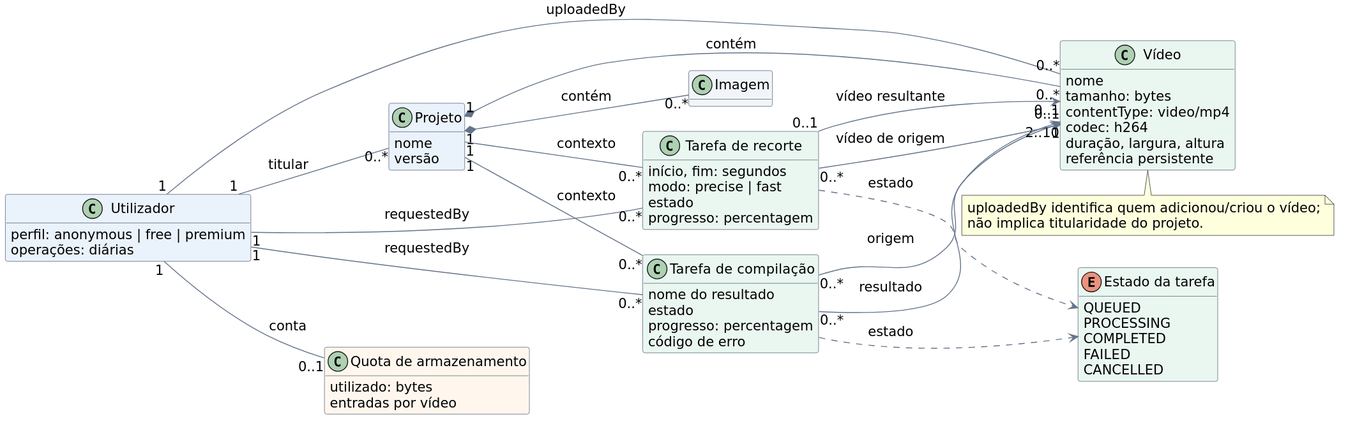
The PlantUML diagram fase1/report/images/picturas_modelo_dominio_video.svg in simaoaraujo27/picturas-27, before a commit.
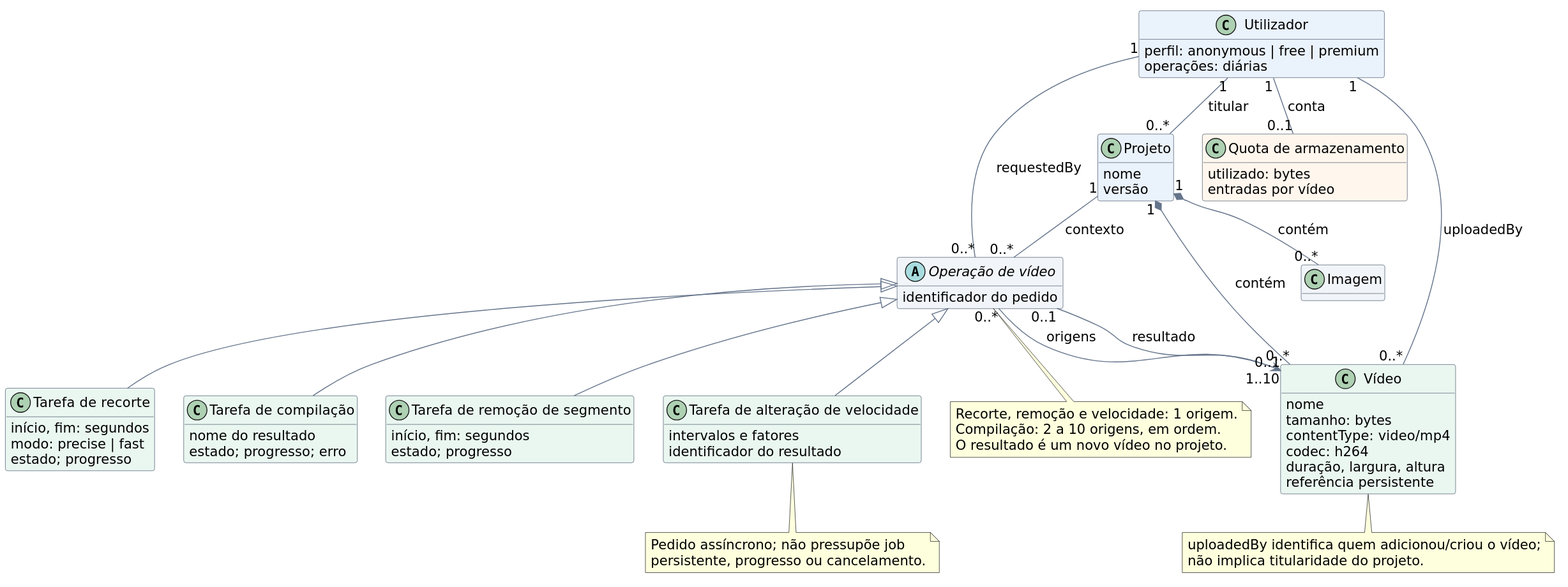
The same file after the commit.

The edit, as a diff of the source:
```diff
@@ -1,6 +1,6 @@
 @startuml
 !pragma layout smetana
-left to right direction
+top to bottom direction
 skinparam backgroundColor #FFFFFF
 skinparam shadowing false
 skinparam defaultFontName DejaVu Sans
@@ -8,8 +8,8 @@
 skinparam classAttributeIconSize 0
 skinparam ArrowColor #64748B
 skinparam ClassBorderColor #475569
-skinparam nodesep 28
-skinparam ranksep 34
+skinparam nodesep 32
+skinparam ranksep 42
 hide methods
 
 class "Utilizador" as User #EAF2FB {
@@ -29,49 +29,60 @@
   duração, largura, altura
   referência persistente
 }
-class "Tarefa de recorte" as Trim #EAF7F1 {
-  início, fim: segundos
-  modo: precise | fast
-  estado
-  progresso: percentagem
-}
 class "Quota de armazenamento" as StorageQuota #FFF7ED {
   utilizado: bytes
   entradas por vídeo
 }
-enum "Estado da tarefa" as State #EAF7F1 {
-  QUEUED
-  PROCESSING
-  COMPLETED
-  FAILED
-  CANCELLED
+
+abstract class "Operação de vídeo" as Operation #F1F5F9 {
+  identificador do pedido
+}
+class "Tarefa de recorte" as Trim #EAF7F1 {
+  início, fim: segundos
+  modo: precise | fast
+  estado; progresso
+}
+class "Tarefa de compilação" as Compile #EAF7F1 {
+  ordem das origens (2..10)
+  nome do resultado
+  estado; progresso; erro
+}
+class "Tarefa de remoção de segmento" as Remove #EAF7F1 {
+  início, fim: segundos
+  estado; progresso
+}
+class "Tarefa de alteração de velocidade" as Speed #EAF7F1 {
+  intervalos e fatores
+  identificador do resultado
 }
 
-class "Tarefa de compilação" as Compile #EAF7F1 {
-  vídeos de origem: lista ordenada (2..10)
-  nome do resultado
-  estado
-  progresso: percentagem
-  código de erro
-}
-
-Project "1" -- "0..*" Compile : contexto
-User "1" -- "0..*" Compile : requestedBy
-Compile "0..*" --> "2..10" Video : origem
-Compile "0..*" --> "0..1" Video : resultado
-Compile ..> State : estado
+Operation <|-- Trim
+Operation <|-- Compile
+Operation <|-- Remove
+Operation <|-- Speed
+Trim -[hidden]right- Compile
+Compile -[hidden]right- Remove
+Remove -[hidden]right- Speed
 
 User "1" -- "0..*" Project : titular
 Project "1" *-- "0..*" Image : contém
 Project "1" *-- "0..*" Video : contém
 User "1" -- "0..*" Video : uploadedBy
-User "1" -- "0..*" Trim : requestedBy
-Project "1" -- "0..*" Trim : contexto
-Trim "0..*" --> "1" Video : vídeo de origem
-Trim "0..1" --> "0..1" Video : vídeo resultante
 User "1" -- "0..1" StorageQuota : conta
-Trim ..> State : estado
+User "1" -- "0..*" Operation : requestedBy
+Project "1" -- "0..*" Operation : contexto
+Operation "0..*" --> "1..10" Video : origens
+Operation "0..1" --> "0..1" Video : resultado
 
+note bottom of Operation
+  Recorte, remoção e velocidade: 1 origem.
+  Compilação: 2 a 10 origens, em ordem.
+  O resultado é um novo vídeo no projeto.
+end note
+note bottom of Speed
+  Pedido assíncrono; não pressupõe job
+  persistente, progresso ou cancelamento.
+end note
 note bottom of Video
   uploadedBy identifica quem adicionou/criou o vídeo;
   não implica titularidade do projeto.
```
